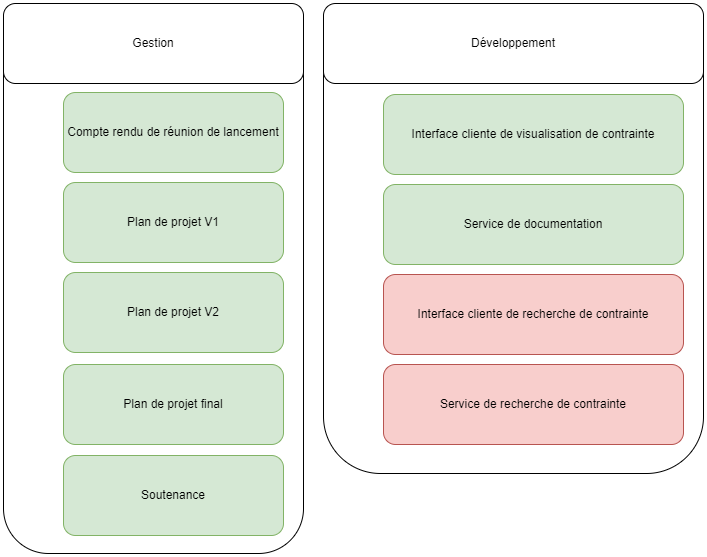
The draw.io diagram plan_management_projet/documents/IMG/PBS_final.png in Szyckaa/UE-PROJET-DOCS-GESTION, before a commit. Source tidied: cells renumbered, new cells last; positions are measured from the earlier drawing's top-left corner, leaving out a move shared by most shapes.
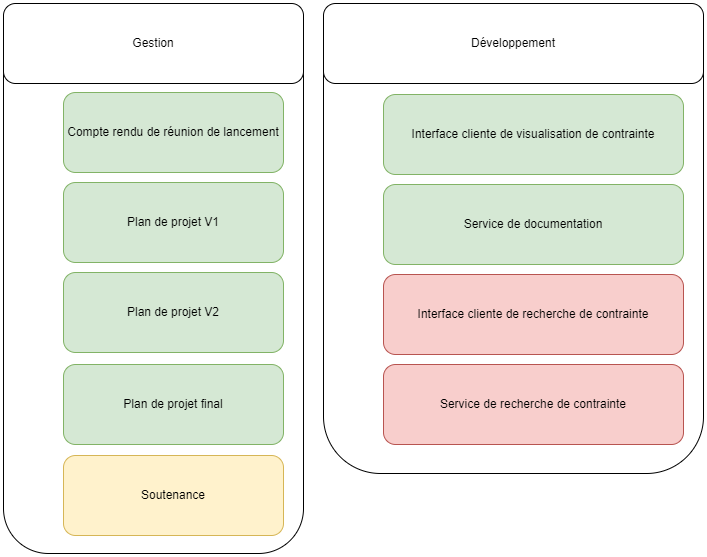
Later version of the same file.

Change to the diagram source:
```diff
@@ -32,7 +32,7 @@
     <mxCell id="11" value="Service de documentation" style="rounded=1;whiteSpace=wrap;html=1;fillColor=#d5e8d4;strokeColor=#82b366;" parent="1" vertex="1">
       <mxGeometry x="380" y="181" width="300" height="80" as="geometry" />
     </mxCell>
-    <mxCell id="12" value="Soutenance" style="rounded=1;whiteSpace=wrap;html=1;fillColor=#d5e8d4;strokeColor=#82b366;" parent="1" vertex="1">
+    <mxCell id="12" value="Soutenance" style="rounded=1;whiteSpace=wrap;html=1;fillColor=#fff2cc;strokeColor=#d6b656;" parent="1" vertex="1">
       <mxGeometry x="60" y="452" width="220" height="80" as="geometry" />
     </mxCell>
     <mxCell id="13" value="Interface cliente de recherche de contrainte" style="rounded=1;whiteSpace=wrap;html=1;fillColor=#f8cecc;strokeColor=#b85450;" parent="1" vertex="1">
```
